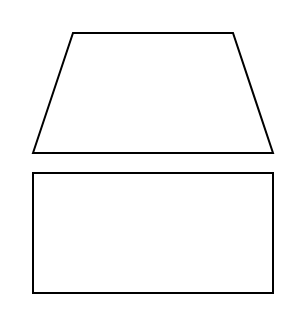
Earlier version of the draw.io diagram Formula1.drawio (AoStefff/TeamF1). Source tidied: cells renumbered, new cells numbered last; positions are measured from the earlier drawing's top-left corner, leaving out a move shared by most shapes. Both pictures are drawn from the tidied source at 200%, with x=0, y=0 at pixel (32, 32).
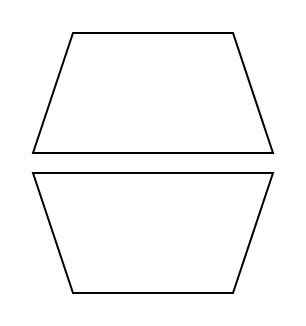
The same page after the edit.

Change to the diagram source:
```diff
@@
 <mxGraphModel>
   <root>
     <mxCell id="0" />
     <mxCell id="1" parent="0" />
-    <mxCell id="2" style="rounded=0;whiteSpace=wrap;html=1;" parent="1" vertex="1">
-      <mxGeometry y="70" width="120" height="60" as="geometry" />
-    </mxCell>
     <mxCell id="3" style="shape=trapezoid;perimeter=trapezoidPerimeter;whiteSpace=wrap;html=1;fixedSize=1;" parent="1" vertex="1">
       <mxGeometry width="120" height="60" as="geometry" />
     </mxCell>
+    <mxCell id="4" style="shape=trapezoid;perimeter=trapezoidPerimeter;whiteSpace=wrap;html=1;fixedSize=1;rotation=-180;" parent="1" vertex="1">
+      <mxGeometry y="70" width="120" height="60" as="geometry" />
+    </mxCell>
   </root>
 </mxGraphModel>
```
